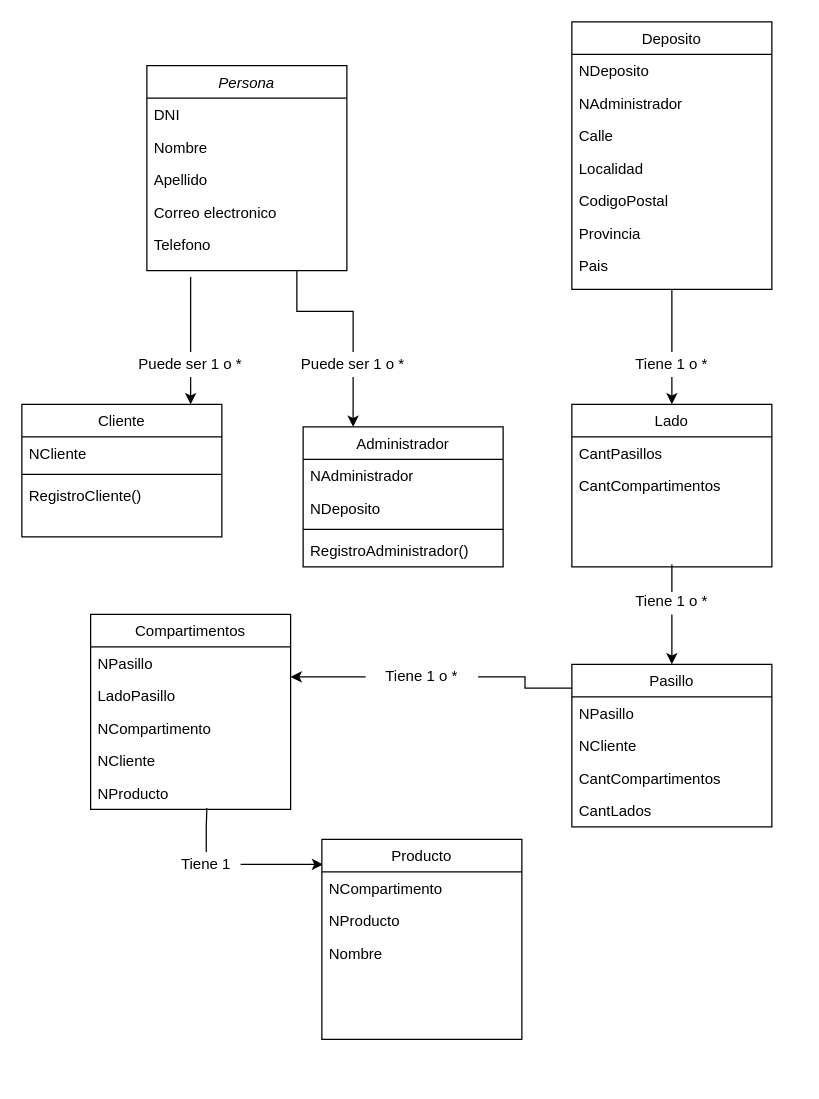
RailGun15/Programacion3-UTN keeps this draw.io diagram as Untitled Diagram.drawio. Above is the earlier version. Source tidied: cells renumbered, new cells numbered last; positions are measured from the earlier drawing's top-left corner, leaving out a move shared by most shapes. Both pictures are drawn from the tidied source at 125%, with x=0, y=0 at pixel (21, 21).
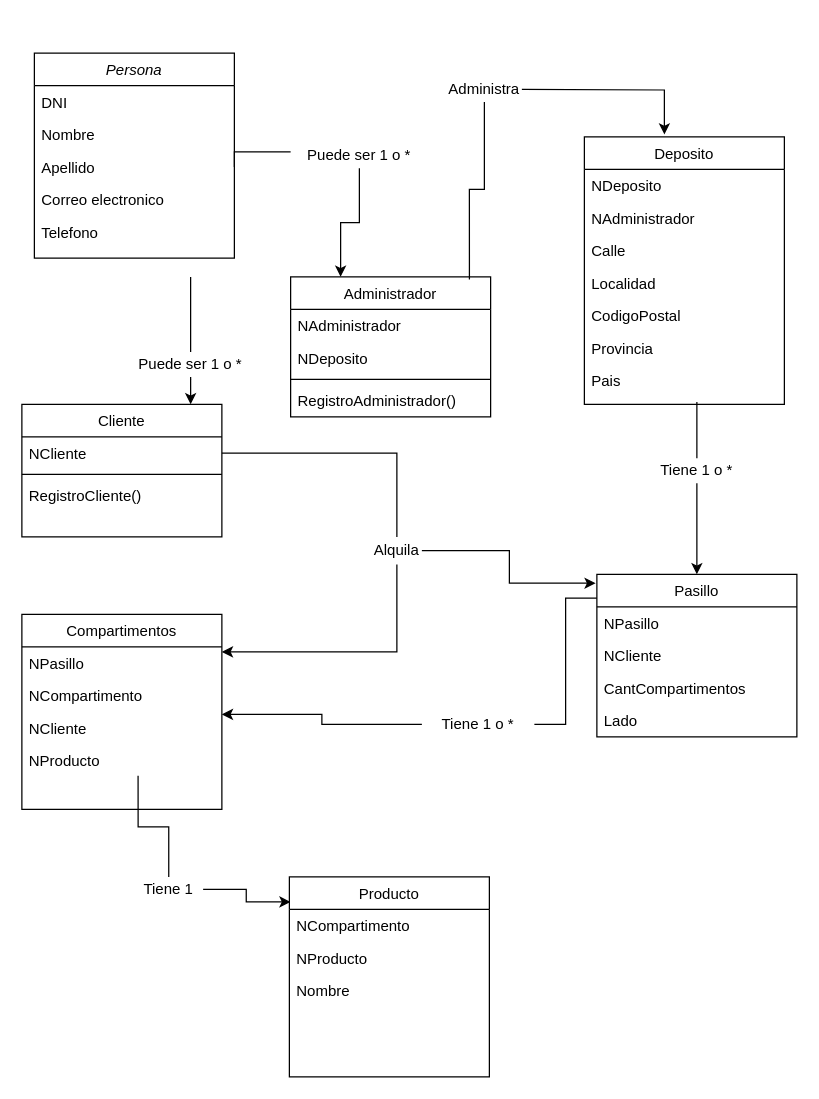
Above is the later version.

The change refers to these unchanged cells:
```xml
<mxCell id="9" value="NCliente" style="text;align=left;verticalAlign=top;spacingLeft=4;spacingRight=4;overflow=hidden;points=[[0,0.5],[1,0.5]];portConstraint=eastwest;" parent="8" vertex="1">
  <mxGeometry y="26" width="160" height="26" as="geometry" />
</mxCell>
<mxCell id="47" value="NPasillo" style="text;align=left;verticalAlign=top;spacingLeft=4;spacingRight=4;overflow=hidden;points=[[0,0.5],[1,0.5]];portConstraint=eastwest;" parent="46" vertex="1">
  <mxGeometry y="26" width="160" height="26" as="geometry" />
</mxCell>
```

What changed in the source:
```diff
@@
-    <mxCell id="2" value="Persona" style="swimlane;fontStyle=2;align=center;verticalAlign=top;horizontal=1;startSize=26;rounded=0;shadow=0;strokeWidth=1;" parent="1" vertex="1">
-      <mxGeometry x="100" y="35" width="160" height="164" as="geometry" />
-    </mxCell>
-    <mxCell id="3" value="DNI" style="text;align=left;verticalAlign=top;spacingLeft=4;spacingRight=4;overflow=hidden;rounded=0;shadow=0;html=0;" parent="2" vertex="1">
-      <mxGeometry y="26" width="160" height="26" as="geometry" />
-    </mxCell>
-    <mxCell id="4" value="Nombre" style="text;align=left;verticalAlign=top;spacingLeft=4;spacingRight=4;overflow=hidden;" parent="2" vertex="1">
-      <mxGeometry y="52" width="160" height="26" as="geometry" />
-    </mxCell>
-    <mxCell id="5" value="Apellido" style="text;align=left;verticalAlign=top;spacingLeft=4;spacingRight=4;overflow=hidden;points=[[0,0.5],[1,0.5]];portConstraint=eastwest;rounded=0;shadow=0;html=0;" parent="2" vertex="1">
-      <mxGeometry y="78" width="160" height="26" as="geometry" />
-    </mxCell>
-    <mxCell id="6" value="Correo electronico" style="text;align=left;verticalAlign=top;spacingLeft=4;spacingRight=4;overflow=hidden;rounded=0;shadow=0;html=0;" parent="2" vertex="1">
-      <mxGeometry y="104" width="160" height="26" as="geometry" />
-    </mxCell>
-    <mxCell id="7" value="Telefono" style="text;align=left;verticalAlign=top;spacingLeft=4;spacingRight=4;overflow=hidden;rounded=0;shadow=0;html=0;" parent="2" vertex="1">
-      <mxGeometry y="130" width="160" height="26" as="geometry" />
-    </mxCell>
@@
-    <mxCell id="15" style="edgeStyle=orthogonalEdgeStyle;rounded=0;jettySize=auto;html=1;entryX=0.75;entryY=1;entryDx=0;entryDy=0;endArrow=none;endFill=0;" parent="1" edge="1" source="17" target="2">
-      <mxGeometry relative="1" as="geometry" />
+    <mxCell id="15" style="edgeStyle=orthogonalEdgeStyle;rounded=0;jettySize=auto;html=1;entryX=1;entryY=0.5;entryDx=0;entryDy=0;endArrow=none;endFill=0;" parent="1" edge="1" source="17" target="5">
+      <mxGeometry relative="1" as="geometry">
+        <Array as="points">
+          <mxPoint x="215" y="104" />
+          <mxPoint x="170" y="104" />
+        </Array>
+      </mxGeometry>
     </mxCell>
@@
     <mxCell id="17" value="Puede ser 1 o *" style="text;html=1;strokeColor=none;fillColor=none;align=center;verticalAlign=middle;whiteSpace=wrap;rounded=0;" parent="1" vertex="1">
-      <mxGeometry x="210" y="264" width="110" height="20" as="geometry" />
+      <mxGeometry x="215" y="97" width="110" height="20" as="geometry" />
     </mxCell>
-    <mxCell id="18" style="edgeStyle=orthogonalEdgeStyle;rounded=0;jettySize=auto;html=1;" parent="1" edge="1" source="20" target="21">
-      <mxGeometry relative="1" as="geometry" />
-    </mxCell>
-    <mxCell id="19" style="edgeStyle=orthogonalEdgeStyle;rounded=0;jettySize=auto;html=1;endArrow=none;endFill=0;entryX=0.5;entryY=1;entryDx=0;entryDy=0;" parent="1" edge="1" source="20" target="27">
-      <mxGeometry relative="1" as="geometry" />
-    </mxCell>
-    <mxCell id="20" value="Tiene 1 o *" style="text;html=1;strokeColor=none;fillColor=none;align=center;verticalAlign=middle;whiteSpace=wrap;rounded=0;" parent="1" vertex="1">
-      <mxGeometry x="475" y="264" width="90" height="20" as="geometry" />
-    </mxCell>
-    <mxCell id="21" value="Lado" style="swimlane;fontStyle=0;align=center;verticalAlign=top;horizontal=1;startSize=26;rounded=0;shadow=0;strokeWidth=1;" parent="1" vertex="1">
-      <mxGeometry x="440" y="306" width="160" height="130" as="geometry" />
-    </mxCell>
-    <mxCell id="22" value="CantPasillos" style="text;align=left;verticalAlign=top;spacingLeft=4;spacingRight=4;overflow=hidden;rounded=0;shadow=0;html=0;" parent="21" vertex="1">
-      <mxGeometry y="26" width="160" height="26" as="geometry" />
-    </mxCell>
-    <mxCell id="23" value="CantCompartimentos" style="text;align=left;verticalAlign=top;spacingLeft=4;spacingRight=4;overflow=hidden;rounded=0;shadow=0;html=0;" parent="21" vertex="1">
-      <mxGeometry y="52" width="160" height="26" as="geometry" />
-    </mxCell>
-    <mxCell id="24" style="edgeStyle=orthogonalEdgeStyle;rounded=0;jettySize=auto;html=1;entryX=0.5;entryY=1;entryDx=0;entryDy=0;endArrow=none;endFill=0;" parent="1" edge="1" source="26" target="21">
-      <mxGeometry relative="1" as="geometry" />
-    </mxCell>
     <mxCell id="25" style="edgeStyle=orthogonalEdgeStyle;rounded=0;jettySize=auto;html=1;endArrow=classic;endFill=1;" parent="1" edge="1" source="26" target="56">
-      <mxGeometry relative="1" as="geometry" />
+      <mxGeometry relative="1" as="geometry">
+        <Array as="points">
+          <mxPoint x="565" y="354" />
+          <mxPoint x="565" y="354" />
+        </Array>
+      </mxGeometry>
     </mxCell>
+    <mxCell id="2" value="Persona" style="swimlane;fontStyle=2;align=center;verticalAlign=top;horizontal=1;startSize=26;rounded=0;shadow=0;strokeWidth=1;" parent="1" vertex="1">
+      <mxGeometry x="10" y="25" width="160" height="164" as="geometry" />
+    </mxCell>
+    <mxCell id="3" value="DNI" style="text;align=left;verticalAlign=top;spacingLeft=4;spacingRight=4;overflow=hidden;rounded=0;shadow=0;html=0;" parent="2" vertex="1">
+      <mxGeometry y="26" width="160" height="26" as="geometry" />
+    </mxCell>
+    <mxCell id="4" value="Nombre" style="text;align=left;verticalAlign=top;spacingLeft=4;spacingRight=4;overflow=hidden;" parent="2" vertex="1">
+      <mxGeometry y="52" width="160" height="26" as="geometry" />
+    </mxCell>
+    <mxCell id="5" value="Apellido" style="text;align=left;verticalAlign=top;spacingLeft=4;spacingRight=4;overflow=hidden;points=[[0,0.5],[1,0.5]];portConstraint=eastwest;rounded=0;shadow=0;html=0;" parent="2" vertex="1">
+      <mxGeometry y="78" width="160" height="26" as="geometry" />
+    </mxCell>
+    <mxCell id="6" value="Correo electronico" style="text;align=left;verticalAlign=top;spacingLeft=4;spacingRight=4;overflow=hidden;rounded=0;shadow=0;html=0;" parent="2" vertex="1">
+      <mxGeometry y="104" width="160" height="26" as="geometry" />
+    </mxCell>
+    <mxCell id="7" value="Telefono" style="text;align=left;verticalAlign=top;spacingLeft=4;spacingRight=4;overflow=hidden;rounded=0;shadow=0;html=0;" parent="2" vertex="1">
+      <mxGeometry y="130" width="160" height="26" as="geometry" />
+    </mxCell>
+    <mxCell id="61" style="edgeStyle=orthogonalEdgeStyle;rounded=0;jettySize=auto;html=1;endArrow=none;endFill=0;" parent="1" edge="1" source="26">
+      <mxGeometry relative="1" as="geometry">
+        <mxPoint x="540" y="304" as="targetPoint" />
+      </mxGeometry>
+    </mxCell>
     <mxCell id="26" value="Tiene 1 o *" style="text;html=1;strokeColor=none;fillColor=none;align=center;verticalAlign=middle;whiteSpace=wrap;rounded=0;" parent="1" vertex="1">
-      <mxGeometry x="475" y="454" width="90" height="20" as="geometry" />
+      <mxGeometry x="495" y="349" width="90" height="20" as="geometry" />
     </mxCell>
+    <mxCell id="35" style="edgeStyle=orthogonalEdgeStyle;rounded=0;jettySize=auto;html=1;entryX=0.581;entryY=0.962;entryDx=0;entryDy=0;entryPerimeter=0;endArrow=none;endFill=0;" parent="1" edge="1" source="37" target="51">
+      <mxGeometry relative="1" as="geometry" />
+    </mxCell>
+    <mxCell id="36" style="edgeStyle=orthogonalEdgeStyle;rounded=0;jettySize=auto;html=1;entryX=0.006;entryY=0.125;entryDx=0;entryDy=0;entryPerimeter=0;endArrow=classic;endFill=1;" parent="1" edge="1" source="37" target="52">
+      <mxGeometry relative="1" as="geometry" />
+    </mxCell>
+    <mxCell id="38" value="Administrador" style="swimlane;fontStyle=0;align=center;verticalAlign=top;horizontal=1;startSize=26;rounded=0;shadow=0;strokeWidth=1;" parent="1" vertex="1">
+      <mxGeometry x="215" y="204" width="160" height="112" as="geometry" />
+    </mxCell>
+    <mxCell id="39" value="NAdministrador" style="text;align=left;verticalAlign=top;spacingLeft=4;spacingRight=4;overflow=hidden;" parent="38" vertex="1">
+      <mxGeometry y="26" width="160" height="26" as="geometry" />
+    </mxCell>
+    <mxCell id="40" value="NDeposito" style="text;align=left;verticalAlign=top;spacingLeft=4;spacingRight=4;overflow=hidden;" parent="38" vertex="1">
+      <mxGeometry y="52" width="160" height="26" as="geometry" />
+    </mxCell>
+    <mxCell id="41" style="line;strokeWidth=1;fillColor=none;align=left;verticalAlign=middle;spacingTop=-1;spacingLeft=3;spacingRight=3;labelPosition=right;html=0;" parent="38" vertex="1">
+      <mxGeometry y="78" width="160" height="8" as="geometry" />
+    </mxCell>
+    <mxCell id="42" value="RegistroAdministrador()" style="text;align=left;verticalAlign=top;spacingLeft=4;spacingRight=4;overflow=hidden;rounded=0;shadow=0;html=0;" parent="38" vertex="1">
+      <mxGeometry y="86" width="160" height="26" as="geometry" />
+    </mxCell>
     <mxCell id="27" value="Deposito" style="swimlane;fontStyle=0;align=center;verticalAlign=top;horizontal=1;startSize=26;rounded=0;shadow=0;strokeWidth=1;" parent="1" vertex="1">
-      <mxGeometry x="440" width="160" height="214" as="geometry" />
+      <mxGeometry x="450" y="92" width="160" height="214" as="geometry" />
     </mxCell>
@@
-    <mxCell id="35" style="edgeStyle=orthogonalEdgeStyle;rounded=0;jettySize=auto;html=1;entryX=0.581;entryY=0.962;entryDx=0;entryDy=0;entryPerimeter=0;endArrow=none;endFill=0;" parent="1" edge="1" source="37" target="51">
-      <mxGeometry relative="1" as="geometry" />
-    </mxCell>
-    <mxCell id="36" style="edgeStyle=orthogonalEdgeStyle;rounded=0;jettySize=auto;html=1;entryX=0.006;entryY=0.125;entryDx=0;entryDy=0;entryPerimeter=0;endArrow=classic;endFill=1;" parent="1" edge="1" source="37" target="52">
-      <mxGeometry relative="1" as="geometry" />
-    </mxCell>
     <mxCell id="37" value="Tiene 1" style="text;html=1;strokeColor=none;fillColor=none;align=center;verticalAlign=middle;whiteSpace=wrap;rounded=0;" parent="1" vertex="1">
-      <mxGeometry x="120" y="664" width="55" height="20" as="geometry" />
+      <mxGeometry x="90" y="684" width="55" height="20" as="geometry" />
     </mxCell>
-    <mxCell id="38" value="Administrador" style="swimlane;fontStyle=0;align=center;verticalAlign=top;horizontal=1;startSize=26;rounded=0;shadow=0;strokeWidth=1;" parent="1" vertex="1">
-      <mxGeometry x="225" y="324" width="160" height="112" as="geometry" />
-    </mxCell>
-    <mxCell id="39" value="NAdministrador" style="text;align=left;verticalAlign=top;spacingLeft=4;spacingRight=4;overflow=hidden;" parent="38" vertex="1">
-      <mxGeometry y="26" width="160" height="26" as="geometry" />
-    </mxCell>
-    <mxCell id="40" value="NDeposito" style="text;align=left;verticalAlign=top;spacingLeft=4;spacingRight=4;overflow=hidden;" parent="38" vertex="1">
-      <mxGeometry y="52" width="160" height="26" as="geometry" />
-    </mxCell>
-    <mxCell id="41" style="line;strokeWidth=1;fillColor=none;align=left;verticalAlign=middle;spacingTop=-1;spacingLeft=3;spacingRight=3;labelPosition=right;html=0;" parent="38" vertex="1">
-      <mxGeometry y="78" width="160" height="8" as="geometry" />
-    </mxCell>
-    <mxCell id="42" value="RegistroAdministrador()" style="text;align=left;verticalAlign=top;spacingLeft=4;spacingRight=4;overflow=hidden;rounded=0;shadow=0;html=0;" parent="38" vertex="1">
-      <mxGeometry y="86" width="160" height="26" as="geometry" />
-    </mxCell>
-    <mxCell id="43" style="edgeStyle=orthogonalEdgeStyle;rounded=0;jettySize=auto;html=1;entryX=1;entryY=-0.077;entryDx=0;entryDy=0;entryPerimeter=0;endArrow=classic;endFill=1;" parent="1" edge="1" source="45" target="48">
-      <mxGeometry relative="1" as="geometry" />
-    </mxCell>
@@
+    <mxCell id="62" style="edgeStyle=orthogonalEdgeStyle;rounded=0;jettySize=auto;html=1;entryX=1;entryY=0.077;entryDx=0;entryDy=0;entryPerimeter=0;endArrow=classic;endFill=1;" parent="1" edge="1" source="45" target="50">
+      <mxGeometry relative="1" as="geometry" />
+    </mxCell>
     <mxCell id="45" value="Tiene 1 o *" style="text;html=1;strokeColor=none;fillColor=none;align=center;verticalAlign=middle;whiteSpace=wrap;rounded=0;" parent="1" vertex="1">
-      <mxGeometry x="275" y="514" width="90" height="20" as="geometry" />
+      <mxGeometry x="320" y="552" width="90" height="20" as="geometry" />
     </mxCell>
+    <mxCell id="63" style="edgeStyle=orthogonalEdgeStyle;rounded=0;jettySize=auto;html=1;entryX=0.4;entryY=-0.009;entryDx=0;entryDy=0;entryPerimeter=0;endArrow=classic;endFill=1;" parent="1" edge="1" target="27">
+      <mxGeometry relative="1" as="geometry">
+        <mxPoint x="400" y="54" as="sourcePoint" />
+      </mxGeometry>
+    </mxCell>
+    <mxCell id="64" style="edgeStyle=orthogonalEdgeStyle;rounded=0;jettySize=auto;html=1;entryX=0.894;entryY=0.018;entryDx=0;entryDy=0;entryPerimeter=0;endArrow=none;endFill=0;" parent="1" edge="1" source="65" target="38">
+      <mxGeometry relative="1" as="geometry" />
+    </mxCell>
+    <mxCell id="65" value="Administra" style="text;html=1;strokeColor=none;fillColor=none;align=center;verticalAlign=middle;whiteSpace=wrap;rounded=0;" parent="1" vertex="1">
+      <mxGeometry x="350" y="44" width="40" height="20" as="geometry" />
+    </mxCell>
     <mxCell id="46" value="Compartimentos" style="swimlane;fontStyle=0;align=center;verticalAlign=top;horizontal=1;startSize=26;rounded=0;shadow=0;strokeWidth=1;" parent="1" vertex="1">
-      <mxGeometry x="55" y="474" width="160" height="156" as="geometry" />
+      <mxGeometry y="474" width="160" height="156" as="geometry" />
     </mxCell>
@@
-    <mxCell id="48" value="LadoPasillo" style="text;align=left;verticalAlign=top;spacingLeft=4;spacingRight=4;overflow=hidden;points=[[0,0.5],[1,0.5]];portConstraint=eastwest;rounded=0;shadow=0;html=0;" parent="46" vertex="1">
-      <mxGeometry y="52" width="160" height="26" as="geometry" />
-    </mxCell>
     <mxCell id="49" value="NCompartimento" style="text;align=left;verticalAlign=top;spacingLeft=4;spacingRight=4;overflow=hidden;rounded=0;shadow=0;html=0;" parent="46" vertex="1">
-      <mxGeometry y="78" width="160" height="26" as="geometry" />
+      <mxGeometry y="52" width="160" height="26" as="geometry" />
     </mxCell>
     <mxCell id="50" value="NCliente" style="text;align=left;verticalAlign=top;spacingLeft=4;spacingRight=4;overflow=hidden;points=[[0,0.5],[1,0.5]];portConstraint=eastwest;rounded=0;shadow=0;html=0;" parent="46" vertex="1">
-      <mxGeometry y="104" width="160" height="26" as="geometry" />
+      <mxGeometry y="78" width="160" height="26" as="geometry" />
     </mxCell>
     <mxCell id="51" value="NProducto" style="text;align=left;verticalAlign=top;spacingLeft=4;spacingRight=4;overflow=hidden;points=[[0,0.5],[1,0.5]];portConstraint=eastwest;rounded=0;shadow=0;html=0;" parent="46" vertex="1">
-      <mxGeometry y="130" width="160" height="26" as="geometry" />
+      <mxGeometry y="104" width="160" height="26" as="geometry" />
     </mxCell>
+    <mxCell id="66" style="edgeStyle=orthogonalEdgeStyle;rounded=0;jettySize=auto;html=1;entryX=-0.006;entryY=0.054;entryDx=0;entryDy=0;entryPerimeter=0;endArrow=classic;endFill=1;" parent="1" edge="1" source="69" target="56">
+      <mxGeometry relative="1" as="geometry" />
+    </mxCell>
+    <mxCell id="67" style="edgeStyle=orthogonalEdgeStyle;rounded=0;jettySize=auto;html=1;entryX=1;entryY=0.5;entryDx=0;entryDy=0;endArrow=none;endFill=0;" parent="1" edge="1" source="69" target="9">
+      <mxGeometry relative="1" as="geometry" />
+    </mxCell>
+    <mxCell id="68" style="edgeStyle=orthogonalEdgeStyle;rounded=0;jettySize=auto;html=1;entryX=1;entryY=0.154;entryDx=0;entryDy=0;entryPerimeter=0;endArrow=classic;endFill=1;" parent="1" edge="1" source="69" target="47">
+      <mxGeometry relative="1" as="geometry" />
+    </mxCell>
+    <mxCell id="69" value="Alquila" style="text;html=1;strokeColor=none;fillColor=none;align=center;verticalAlign=middle;whiteSpace=wrap;rounded=0;" parent="1" vertex="1">
+      <mxGeometry x="280" y="412" width="40" height="22" as="geometry" />
+    </mxCell>
     <mxCell id="52" value="Producto" style="swimlane;fontStyle=0;align=center;verticalAlign=top;horizontal=1;startSize=26;rounded=0;shadow=0;strokeWidth=1;" parent="1" vertex="1">
-      <mxGeometry x="240" y="654" width="160" height="160" as="geometry" />
+      <mxGeometry x="214" y="684" width="160" height="160" as="geometry" />
     </mxCell>
@@
     <mxCell id="56" value="Pasillo" style="swimlane;fontStyle=0;align=center;verticalAlign=top;horizontal=1;startSize=26;rounded=0;shadow=0;strokeWidth=1;" parent="1" vertex="1">
-      <mxGeometry x="440" y="514" width="160" height="130" as="geometry" />
+      <mxGeometry x="460" y="442" width="160" height="130" as="geometry" />
     </mxCell>
@@
-    <mxCell id="60" value="CantLados" style="text;align=left;verticalAlign=top;spacingLeft=4;spacingRight=4;overflow=hidden;rounded=0;shadow=0;html=0;" parent="56" vertex="1">
+    <mxCell id="60" value="Lado" style="text;align=left;verticalAlign=top;spacingLeft=4;spacingRight=4;overflow=hidden;rounded=0;shadow=0;html=0;" parent="56" vertex="1">
       <mxGeometry y="104" width="160" height="26" as="geometry" />
     </mxCell>
```
